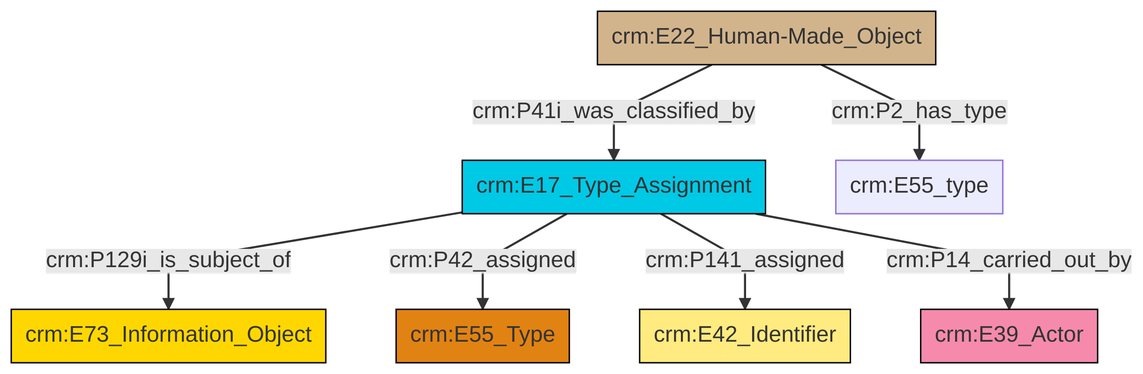
Earlier version of the Mermaid export et/builtWorkCSV/ttl/mmd/png/Built_Work_designation_status.png (swiss-art-research-net/docs.swissartresearch). Its source is kept beside it as et/builtWorkCSV/ttl/mmd/Built_Work_designation_status.ttl.mmd.
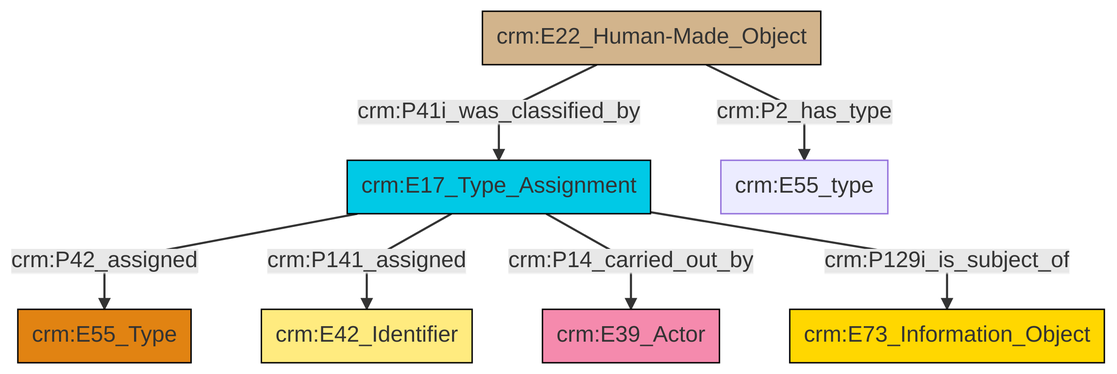
After the commit.

Change to the diagram source:
```diff
@@ -13,9 +13,9 @@
 classDef PC_Classes fill:#4ce600, stroke:#000000;
 classDef Multi fill:#cccccc,stroke:#000000;
 
-0["crm:E17_Type_Assignment"]:::Temporal_Entity -->|crm:P129i_is_subject_of| 1["crm:E73_Information_Object"]:::Conceptual_Object
-0["crm:E17_Type_Assignment"]:::Temporal_Entity -->|crm:P42_assigned| 2["crm:E55_Type"]:::Type
-0["crm:E17_Type_Assignment"]:::Temporal_Entity -->|crm:P141_assigned| 4["crm:E42_Identifier"]:::Appellation
-7["crm:E22_Human-Made_Object"]:::Physical_Thing -->|crm:P2_has_type| 9["crm:E55_type"]:::Default
-7["crm:E22_Human-Made_Object"]:::Physical_Thing -->|crm:P41i_was_classified_by| 0["crm:E17_Type_Assignment"]:::Temporal_Entity
-0["crm:E17_Type_Assignment"]:::Temporal_Entity -->|crm:P14_carried_out_by| 13["crm:E39_Actor"]:::Actor
+0["crm:E17_Type_Assignment"]:::Temporal_Entity -->|crm:P42_assigned| 1["crm:E55_Type"]:::Type
+2["crm:E22_Human-Made_Object"]:::Physical_Thing -->|crm:P2_has_type| 3["crm:E55_type"]:::Default
+0["crm:E17_Type_Assignment"]:::Temporal_Entity -->|crm:P141_assigned| 6["crm:E42_Identifier"]:::Appellation
+2["crm:E22_Human-Made_Object"]:::Physical_Thing -->|crm:P41i_was_classified_by| 0["crm:E17_Type_Assignment"]:::Temporal_Entity
+0["crm:E17_Type_Assignment"]:::Temporal_Entity -->|crm:P14_carried_out_by| 11["crm:E39_Actor"]:::Actor
+0["crm:E17_Type_Assignment"]:::Temporal_Entity -->|crm:P129i_is_subject_of| 13["crm:E73_Information_Object"]:::Conceptual_Object
```
